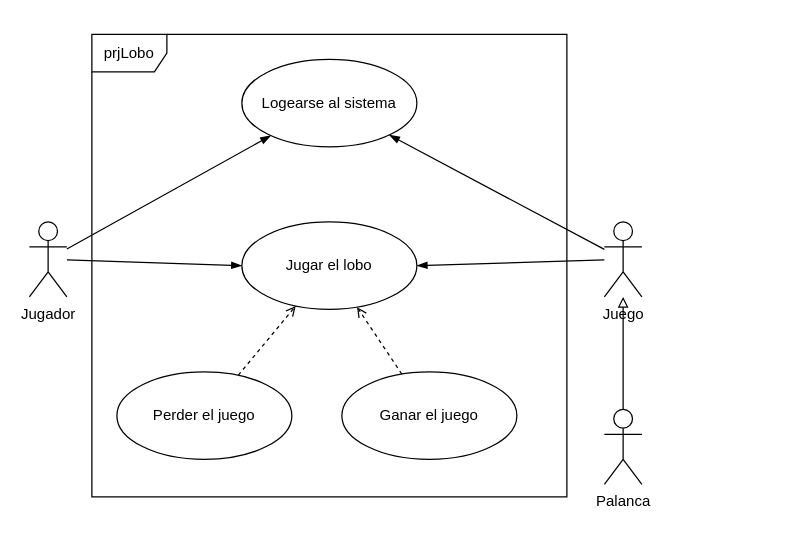
Above: prjLobo/design/diagCasoUso.dio in keyaru18/NoteBook (draw.io), before the change. Source tidied: cells renumbered, new cells numbered last; positions are measured from the earlier drawing's top-left corner, leaving out a move shared by most shapes. Both pictures are drawn from the tidied source at 125%, with x=0, y=0 at pixel (29, 34).
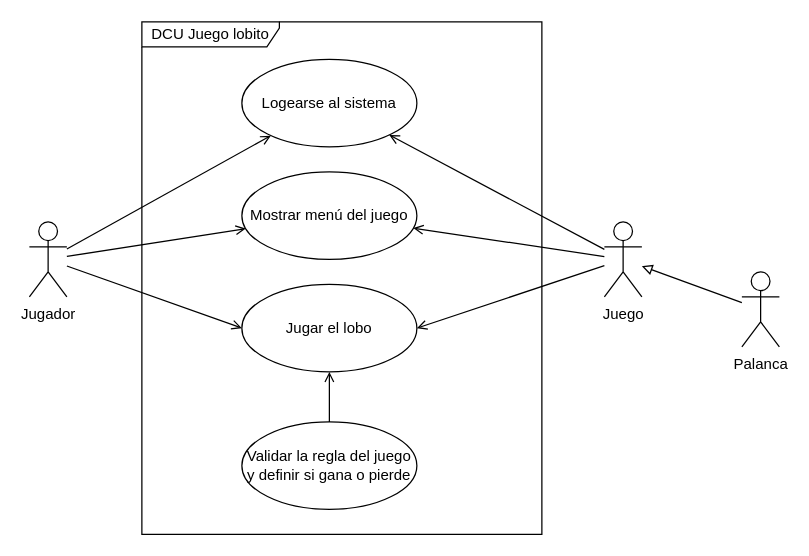
Above is the later version.

Diff of the diagram source:
```diff
@@
 <mxGraphModel>
   <root>
     <mxCell id="0" />
     <mxCell id="1" parent="0" />
-    <mxCell id="2" style="edgeStyle=none;html=1;entryX=0;entryY=0.5;entryDx=0;entryDy=0;endArrow=blockThin;endFill=1;" parent="1" edge="1" source="4" target="10">
+    <mxCell id="2" style="edgeStyle=none;html=1;entryX=0;entryY=0.5;entryDx=0;entryDy=0;endArrow=open;endFill=0;" parent="1" edge="1" source="4" target="10">
       <mxGeometry relative="1" as="geometry" />
     </mxCell>
-    <mxCell id="3" style="edgeStyle=none;html=1;endArrow=blockThin;endFill=1;" parent="1" edge="1" source="4" target="11">
+    <mxCell id="3" style="edgeStyle=none;html=1;endArrow=open;endFill=0;" parent="1" edge="1" source="4" target="11">
       <mxGeometry relative="1" as="geometry" />
     </mxCell>
+    <mxCell id="17" style="edgeStyle=none;html=1;endArrow=open;endFill=0;" parent="1" edge="1" source="4" target="19">
+      <mxGeometry relative="1" as="geometry" />
+    </mxCell>
     <mxCell id="4" value="Jugador&lt;br&gt;" style="shape=umlActor;verticalLabelPosition=bottom;verticalAlign=top;html=1;" parent="1" vertex="1">
       <mxGeometry y="150" width="30" height="60" as="geometry" />
     </mxCell>
-    <mxCell id="5" style="edgeStyle=none;html=1;entryX=1;entryY=0.5;entryDx=0;entryDy=0;endArrow=blockThin;endFill=1;" parent="1" edge="1" source="7" target="10">
+    <mxCell id="5" style="edgeStyle=none;html=1;entryX=1;entryY=0.5;entryDx=0;entryDy=0;endArrow=open;endFill=0;" parent="1" edge="1" source="7" target="10">
       <mxGeometry relative="1" as="geometry" />
     </mxCell>
-    <mxCell id="6" style="edgeStyle=none;html=1;endArrow=blockThin;endFill=1;" parent="1" edge="1" source="7" target="11">
+    <mxCell id="6" style="edgeStyle=none;html=1;endArrow=open;endFill=0;" parent="1" edge="1" source="7" target="11">
       <mxGeometry relative="1" as="geometry" />
     </mxCell>
+    <mxCell id="18" style="edgeStyle=none;html=1;endArrow=open;endFill=0;" parent="1" edge="1" source="7" target="19">
+      <mxGeometry relative="1" as="geometry" />
+    </mxCell>
     <mxCell id="7" value="Juego" style="shape=umlActor;verticalLabelPosition=bottom;verticalAlign=top;html=1;" parent="1" vertex="1">
       <mxGeometry x="460" y="150" width="30" height="60" as="geometry" />
     </mxCell>
     <mxCell id="8" style="edgeStyle=none;html=1;endArrow=block;endFill=0;" parent="1" edge="1" source="9" target="7">
       <mxGeometry relative="1" as="geometry" />
     </mxCell>
     <mxCell id="9" value="Palanca" style="shape=umlActor;verticalLabelPosition=bottom;verticalAlign=top;html=1;" parent="1" vertex="1">
-      <mxGeometry x="460" y="300" width="30" height="60" as="geometry" />
+      <mxGeometry x="570" y="190" width="30" height="60" as="geometry" />
     </mxCell>
     <mxCell id="10" value="Jugar el lobo" style="ellipse;whiteSpace=wrap;html=1;" parent="1" vertex="1">
-      <mxGeometry x="170" y="150" width="140" height="70" as="geometry" />
+      <mxGeometry x="170" y="200" width="140" height="70" as="geometry" />
     </mxCell>
     <mxCell id="11" value="Logearse al sistema" style="ellipse;whiteSpace=wrap;html=1;" parent="1" vertex="1">
       <mxGeometry x="170" y="20" width="140" height="70" as="geometry" />
     </mxCell>
-    <mxCell id="12" style="edgeStyle=none;html=1;dashed=1;endArrow=open;endFill=0;" parent="1" edge="1" source="13" target="10">
-      <mxGeometry relative="1" as="geometry" />
-    </mxCell>
-    <mxCell id="13" value="Ganar el juego" style="ellipse;whiteSpace=wrap;html=1;" parent="1" vertex="1">
-      <mxGeometry x="250" y="270" width="140" height="70" as="geometry" />
-    </mxCell>
-    <mxCell id="14" style="edgeStyle=none;html=1;endArrow=open;endFill=0;dashed=1;" parent="1" edge="1" source="15" target="10">
+    <mxCell id="14" style="edgeStyle=none;html=1;endArrow=open;endFill=0;" parent="1" edge="1" source="15" target="10">
       <mxGeometry relative="1" as="geometry" />
     </mxCell>
-    <mxCell id="15" value="Perder el juego" style="ellipse;whiteSpace=wrap;html=1;" parent="1" vertex="1">
-      <mxGeometry x="70" y="270" width="140" height="70" as="geometry" />
+    <mxCell id="15" value="Validar la regla del juego y definir si gana o pierde" style="ellipse;whiteSpace=wrap;html=1;" parent="1" vertex="1">
+      <mxGeometry x="170" y="310" width="140" height="70" as="geometry" />
     </mxCell>
-    <mxCell id="16" value="prjLobo" style="shape=umlFrame;whiteSpace=wrap;html=1;" parent="1" vertex="1">
-      <mxGeometry x="50" width="380" height="370" as="geometry" />
+    <mxCell id="16" value="DCU Juego lobito" style="shape=umlFrame;whiteSpace=wrap;html=1;width=110;height=20;" parent="1" vertex="1">
+      <mxGeometry x="90" y="-10" width="320" height="410" as="geometry" />
     </mxCell>
+    <mxCell id="19" value="Mostrar menú del juego" style="ellipse;whiteSpace=wrap;html=1;" parent="1" vertex="1">
+      <mxGeometry x="170" y="110" width="140" height="70" as="geometry" />
+    </mxCell>
   </root>
 </mxGraphModel>
```
